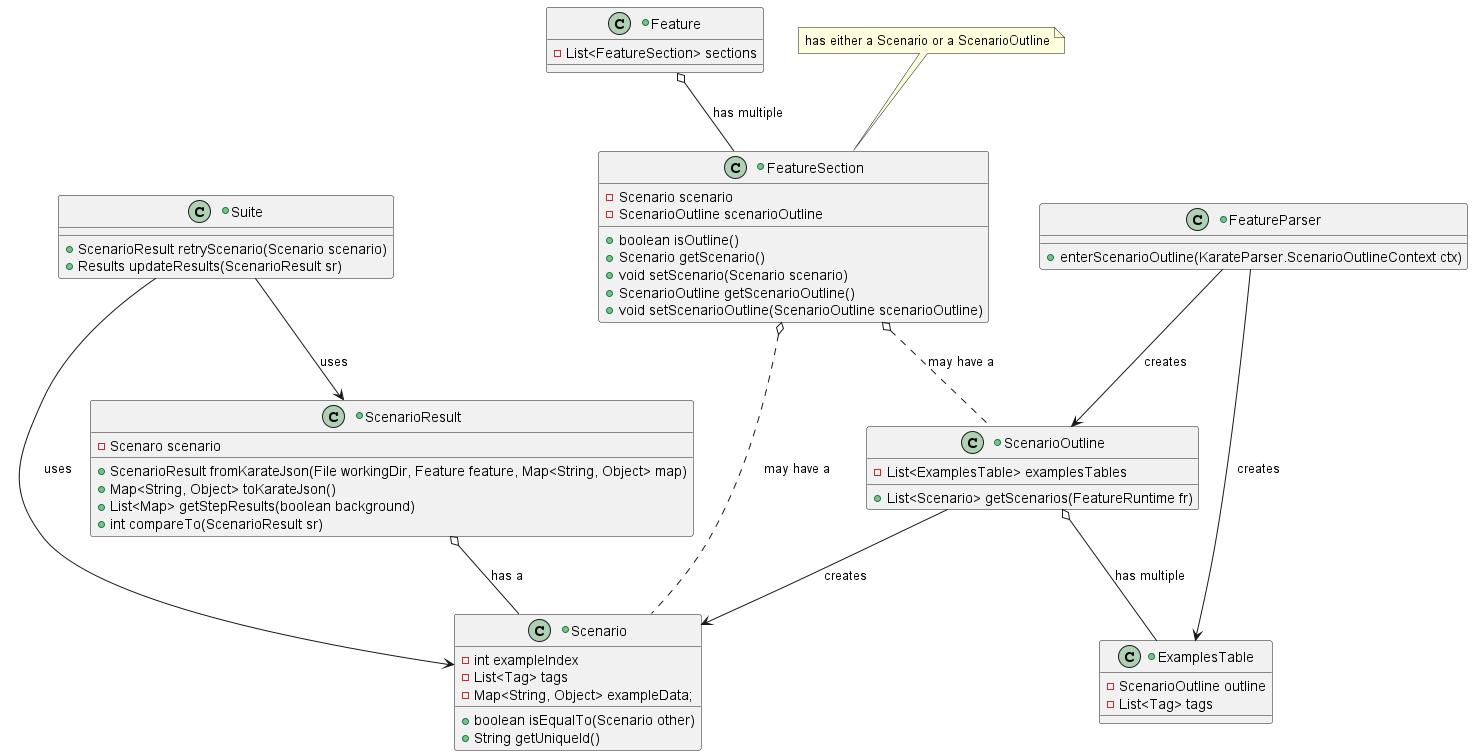
Above: assignment/uml/diagram_before.png in dd2480-group-18-2026/assignment-4-karate (PlantUML), before the change.
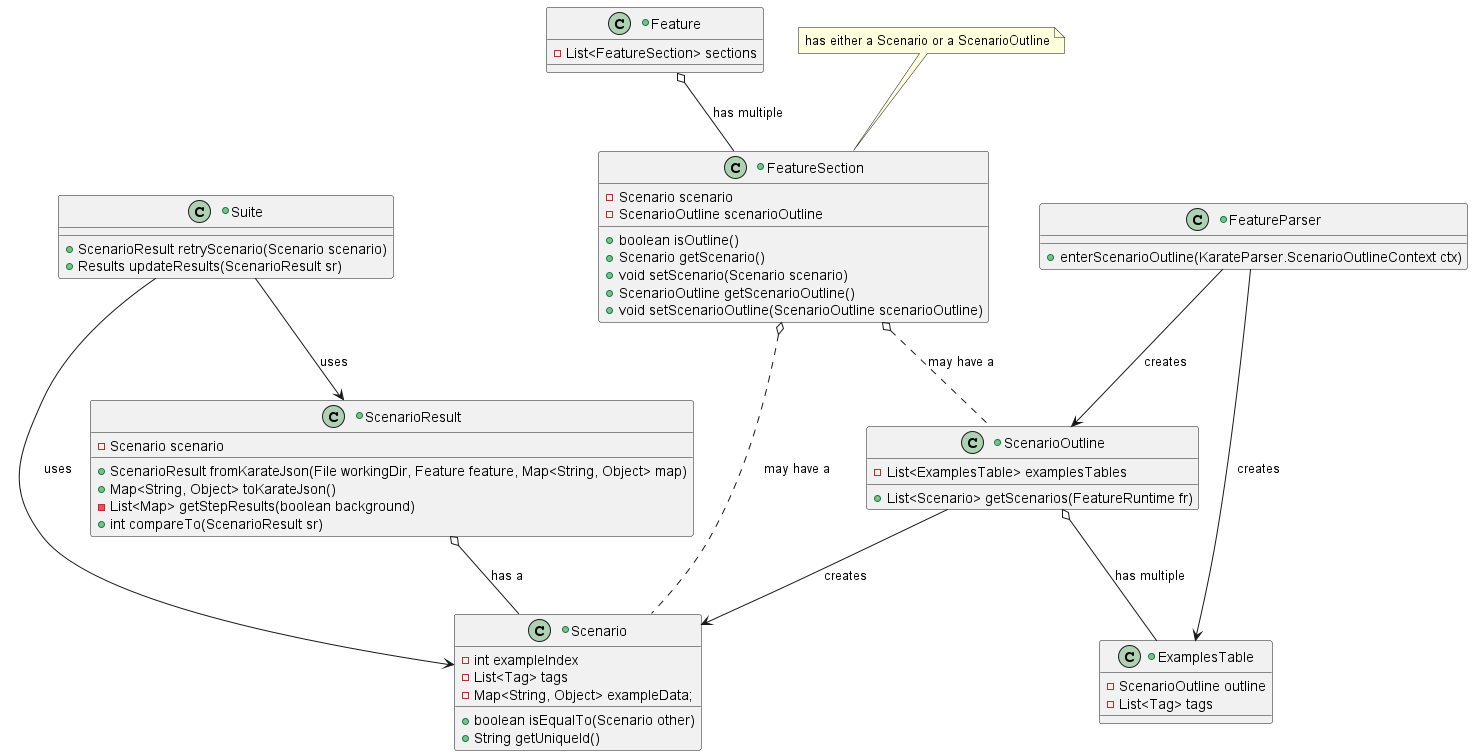
The same diagram one commit later.

Commit message:
fix typo and small error

What changed in the source:
```diff
@@ -1,4 +1,4 @@
-@startuml exampletablediagram
+@startuml diagram_before
 skinparam 300 dpi
 +class Suite {
 	+ScenarioResult retryScenario(Scenario scenario)
@@ -38,11 +38,11 @@
 	-List<Tag> tags
 }
 +class ScenarioResult {
-	-Scenaro scenario
+	-Scenario scenario
 
 	+ScenarioResult fromKarateJson(File workingDir, Feature feature, Map<String, Object> map)
 	+Map<String, Object> toKarateJson()
-	+List<Map> getStepResults(boolean background)
+	-List<Map> getStepResults(boolean background)
 	+int compareTo(ScenarioResult sr)
 }
 
```
